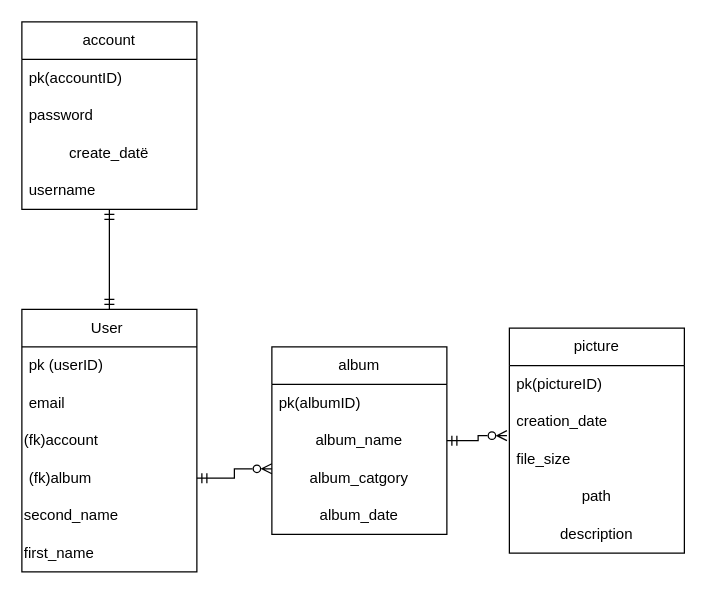
Before: gallerySiteDataStructure.drawio in TecJoJo/DjangoGallerySite, a draw.io diagram. Source tidied: cells renumbered, new cells numbered last; positions are measured from the earlier drawing's top-left corner, leaving out a move shared by most shapes. Both pictures are drawn from the tidied source at 125%, with x=0, y=0 at pixel (21, 21).
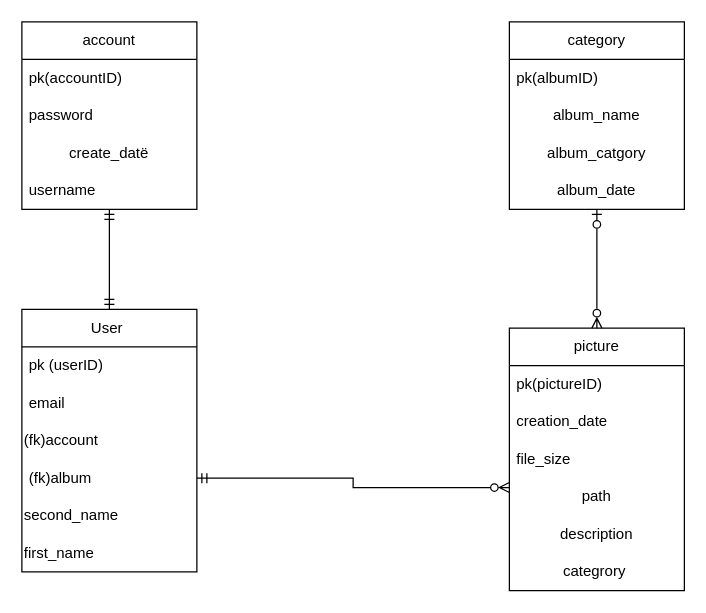
After the change.

The change refers to these unchanged cells:
```xml
<mxCell id="6" value="(fk)album" style="text;strokeColor=none;fillColor=none;align=left;verticalAlign=middle;spacingLeft=4;spacingRight=4;overflow=hidden;points=[[0,0.5],[1,0.5]];portConstraint=eastwest;whiteSpace=wrap;html=1;" parent="2" vertex="1">
  <mxGeometry y="120" width="140" height="30" as="geometry" />
</mxCell>
<mxCell id="11" value="album_name" style="text;html=1;strokeColor=none;fillColor=none;align=center;verticalAlign=middle;whiteSpace=wrap;rounded=0;" parent="9" vertex="1">
  <mxGeometry y="60" width="140" height="30" as="geometry" />
</mxCell>
<mxCell id="12" value="album_catgory" style="text;html=1;strokeColor=none;fillColor=none;align=center;verticalAlign=middle;whiteSpace=wrap;rounded=0;" parent="9" vertex="1">
  <mxGeometry y="90" width="140" height="30" as="geometry" />
</mxCell>
<mxCell id="13" value="album_date" style="text;html=1;strokeColor=none;fillColor=none;align=center;verticalAlign=middle;whiteSpace=wrap;rounded=0;" parent="9" vertex="1">
  <mxGeometry y="120" width="140" height="30" as="geometry" />
</mxCell>
<mxCell id="16" value="creation_date" style="text;strokeColor=none;fillColor=none;align=left;verticalAlign=middle;spacingLeft=4;spacingRight=4;overflow=hidden;points=[[0,0.5],[1,0.5]];portConstraint=eastwest;whiteSpace=wrap;html=1;" parent="14" vertex="1">
  <mxGeometry y="60" width="140" height="30" as="geometry" />
</mxCell>
<mxCell id="18" value="path" style="text;html=1;strokeColor=none;fillColor=none;align=center;verticalAlign=middle;whiteSpace=wrap;rounded=0;" parent="14" vertex="1">
  <mxGeometry y="120" width="140" height="30" as="geometry" />
</mxCell>
```

What changed in the source:
```diff
@@
-    <mxCell id="9" value="album" style="swimlane;fontStyle=0;horizontal=1;startSize=30;whiteSpace=wrap;html=1;" parent="1" vertex="1">
-      <mxGeometry x="200" y="260" width="140" height="150" as="geometry" />
+    <mxCell id="9" value="category" style="swimlane;fontStyle=0;horizontal=1;startSize=30;whiteSpace=wrap;html=1;" parent="1" vertex="1">
+      <mxGeometry x="390" width="140" height="150" as="geometry" />
     </mxCell>
@@
     <mxCell id="14" value="picture" style="swimlane;fontStyle=0;horizontal=1;startSize=30;whiteSpace=wrap;html=1;" parent="1" vertex="1">
-      <mxGeometry x="390" y="245" width="140" height="180" as="geometry" />
+      <mxGeometry x="390" y="245" width="140" height="210" as="geometry" />
     </mxCell>
@@
+    <mxCell id="28" value="categrory&amp;nbsp;" style="text;html=1;strokeColor=none;fillColor=none;align=center;verticalAlign=middle;whiteSpace=wrap;rounded=0;" parent="14" vertex="1">
+      <mxGeometry y="180" width="140" height="30" as="geometry" />
+    </mxCell>
@@
-    <mxCell id="26" style="edgeStyle=orthogonalEdgeStyle;rounded=0;jettySize=auto;html=1;entryX=0;entryY=0.25;entryDx=0;entryDy=0;endArrow=ERzeroToMany;endFill=0;startArrow=ERmandOne;startFill=0;" parent="1" edge="1" source="6" target="12">
-      <mxGeometry relative="1" as="geometry" />
-    </mxCell>
-    <mxCell id="27" style="edgeStyle=orthogonalEdgeStyle;rounded=0;jettySize=auto;html=1;entryX=-0.014;entryY=0.867;entryDx=0;entryDy=0;entryPerimeter=0;endArrow=ERzeroToMany;endFill=0;startArrow=ERmandOne;startFill=0;" parent="1" edge="1" source="11" target="16">
-      <mxGeometry relative="1" as="geometry" />
-    </mxCell>
+    <mxCell id="29" style="edgeStyle=orthogonalEdgeStyle;rounded=0;jettySize=auto;html=1;entryX=0.5;entryY=0;entryDx=0;entryDy=0;endArrow=ERzeroToMany;endFill=0;startArrow=ERzeroToOne;startFill=0;" parent="1" edge="1" source="13" target="14">
+      <mxGeometry relative="1" as="geometry" />
+    </mxCell>
+    <mxCell id="30" style="edgeStyle=orthogonalEdgeStyle;rounded=0;jettySize=auto;html=1;entryX=0;entryY=0.25;entryDx=0;entryDy=0;endArrow=ERzeroToMany;endFill=0;startArrow=ERmandOne;startFill=0;" parent="1" edge="1" source="6" target="18">
+      <mxGeometry relative="1" as="geometry" />
+    </mxCell>
```
